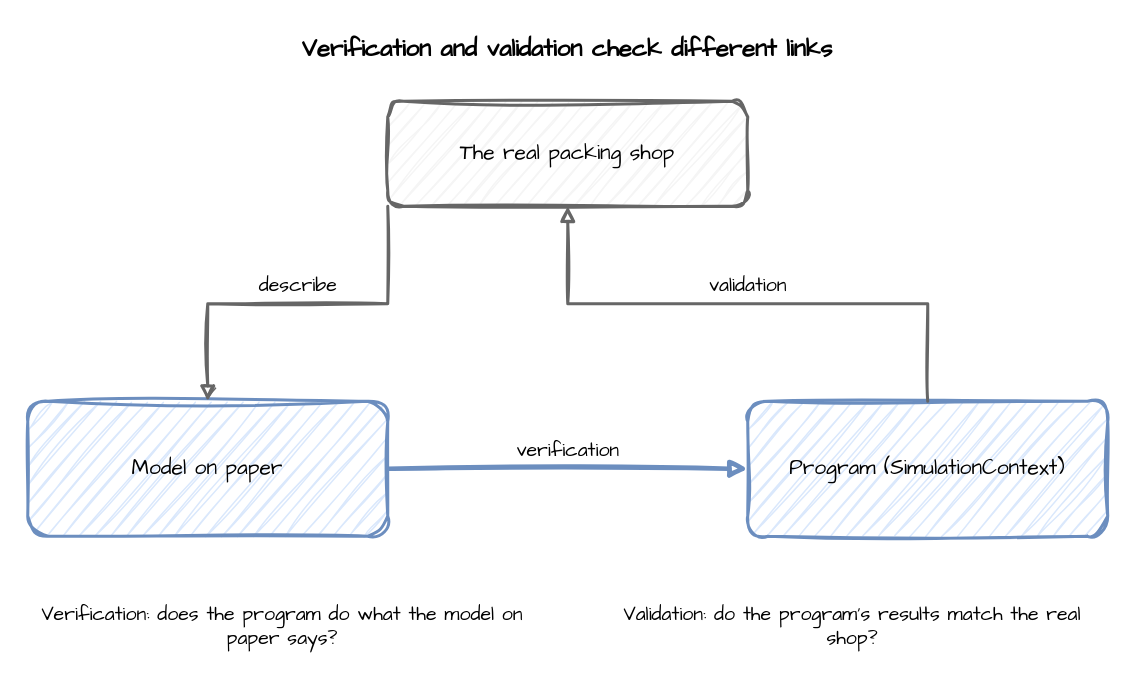
The draw.io diagram docs/assets/diagrams/verify-and-validate.drawio in jaehyeon-kim/desflow, before the edit. Source tidied: cells renumbered, new cells numbered last; positions are measured from the earlier drawing's top-left corner, leaving out a move shared by most shapes. Both pictures are drawn from the tidied source at 150%, with x=0, y=0 at pixel (27, 26).
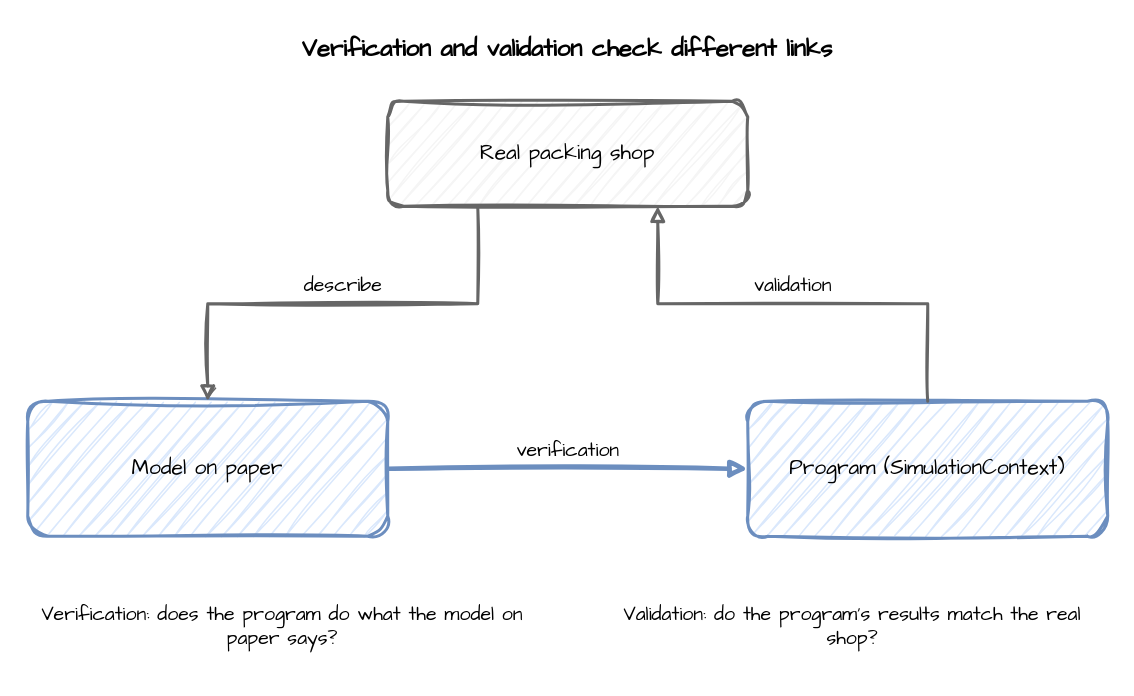
Above is the later version.

The edit, as a diff of the source:
```diff
@@
 <mxGraphModel>
   <root>
     <mxCell id="0" />
     <mxCell id="1" parent="0" />
     <mxCell id="2" value="Verification and validation check different links" style="text;html=1;align=center;verticalAlign=middle;whiteSpace=wrap;sketch=1;curveFitting=1;jiggle=2;fontFamily=Comic Sans MS;fontSize=16;fontStyle=1;" parent="1" vertex="1">
       <mxGeometry width="720" height="30" as="geometry" />
     </mxCell>
-    <mxCell id="3" value="The real packing shop" style="rounded=1;whiteSpace=wrap;html=1;sketch=1;curveFitting=1;jiggle=2;fontFamily=Comic Sans MS;fontSize=14;fillColor=#f5f5f5;strokeColor=#666666;strokeWidth=2;spacing=8;" parent="1" vertex="1">
+    <mxCell id="3" value="Real packing shop" style="rounded=1;whiteSpace=wrap;html=1;sketch=1;curveFitting=1;jiggle=2;fontFamily=Comic Sans MS;fontSize=14;fillColor=#f5f5f5;strokeColor=#666666;strokeWidth=2;spacing=8;" parent="1" vertex="1">
       <mxGeometry x="240" y="50" width="240" height="70" as="geometry" />
     </mxCell>
     <mxCell id="4" value="Model on paper" style="rounded=1;whiteSpace=wrap;html=1;sketch=1;curveFitting=1;jiggle=2;fontFamily=Comic Sans MS;fontSize=14;fillColor=#dae8fc;strokeColor=#6c8ebf;strokeWidth=2;spacing=8;" parent="1" vertex="1">
       <mxGeometry y="250" width="240" height="90" as="geometry" />
     </mxCell>
     <mxCell id="5" value="Program (SimulationContext)" style="rounded=1;whiteSpace=wrap;html=1;sketch=1;curveFitting=1;jiggle=2;fontFamily=Comic Sans MS;fontSize=14;fillColor=#dae8fc;strokeColor=#6c8ebf;strokeWidth=2;spacing=8;" parent="1" vertex="1">
       <mxGeometry x="480" y="250" width="240" height="90" as="geometry" />
     </mxCell>
-    <mxCell id="6" value="describe" style="edgeStyle=orthogonalEdgeStyle;rounded=0;sketch=1;html=1;strokeWidth=2;endArrow=block;strokeColor=#666666;fontFamily=Comic Sans MS;fontSize=13;labelBackgroundColor=#ffffff;exitX=0;exitY=1;exitDx=0;exitDy=0;entryX=0.5;entryY=0;entryDx=0;entryDy=0;" parent="1" edge="1" source="3" target="4">
+    <mxCell id="6" value="describe" style="edgeStyle=orthogonalEdgeStyle;rounded=0;sketch=1;html=1;strokeWidth=2;endArrow=block;strokeColor=#666666;fontFamily=Comic Sans MS;fontSize=13;labelBackgroundColor=#ffffff;exitX=0.25;exitY=1;exitDx=0;exitDy=0;entryX=0.5;entryY=0;entryDx=0;entryDy=0;" parent="1" edge="1" source="3" target="4">
       <mxGeometry relative="1" as="geometry">
         <mxPoint y="-12" as="offset" />
       </mxGeometry>
     </mxCell>
     <mxCell id="7" value="verification" style="edgeStyle=orthogonalEdgeStyle;rounded=0;sketch=1;html=1;strokeWidth=3;endArrow=block;strokeColor=#6c8ebf;fontFamily=Comic Sans MS;fontSize=13;labelBackgroundColor=#ffffff;exitX=1;exitY=0.5;exitDx=0;exitDy=0;entryX=0;entryY=0.5;entryDx=0;entryDy=0;" parent="1" edge="1" source="4" target="5">
       <mxGeometry relative="1" as="geometry">
         <mxPoint y="-12" as="offset" />
       </mxGeometry>
     </mxCell>
-    <mxCell id="8" value="validation" style="edgeStyle=orthogonalEdgeStyle;rounded=0;sketch=1;html=1;strokeWidth=2;endArrow=block;strokeColor=#666666;fontFamily=Comic Sans MS;fontSize=13;labelBackgroundColor=#ffffff;exitX=0.5;exitY=0;exitDx=0;exitDy=0;entryX=0.5;entryY=1;entryDx=0;entryDy=0;" parent="1" edge="1" source="5" target="3">
+    <mxCell id="8" value="validation" style="edgeStyle=orthogonalEdgeStyle;rounded=0;sketch=1;html=1;strokeWidth=2;endArrow=block;strokeColor=#666666;fontFamily=Comic Sans MS;fontSize=13;labelBackgroundColor=#ffffff;exitX=0.5;exitY=0;exitDx=0;exitDy=0;entryX=0.75;entryY=1;entryDx=0;entryDy=0;" parent="1" edge="1" source="5" target="3">
       <mxGeometry relative="1" as="geometry">
         <mxPoint y="-12" as="offset" />
       </mxGeometry>
     </mxCell>
     <mxCell id="9" value="Verification: does the program do what the model on paper says?" style="text;html=1;align=center;verticalAlign=middle;whiteSpace=wrap;sketch=1;curveFitting=1;jiggle=2;fontFamily=Comic Sans MS;fontSize=13;" parent="1" vertex="1">
       <mxGeometry y="370" width="340" height="60" as="geometry" />
     </mxCell>
     <mxCell id="10" value="Validation: do the program's results match the real shop?" style="text;html=1;align=center;verticalAlign=middle;whiteSpace=wrap;sketch=1;curveFitting=1;jiggle=2;fontFamily=Comic Sans MS;fontSize=13;" parent="1" vertex="1">
       <mxGeometry x="380" y="370" width="340" height="60" as="geometry" />
     </mxCell>
   </root>
 </mxGraphModel>
```
